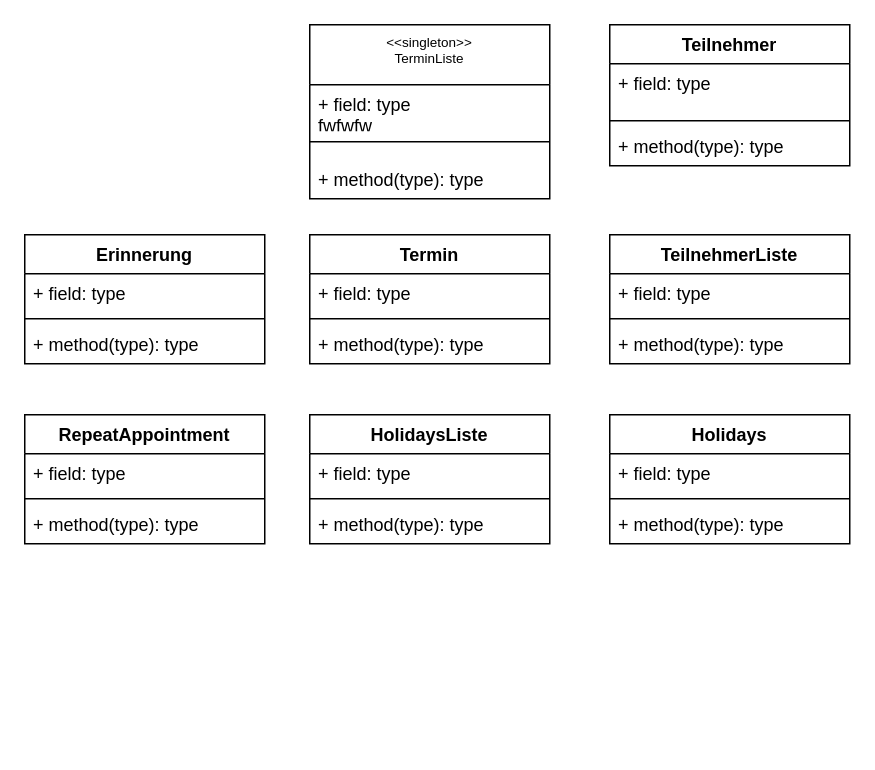
Rock-Lex/TimeWise keeps this draw.io diagram as Diagramme/Entwurfsklassendiagramm.drawio. Above is the earlier version. Source tidied: cells renumbered, new cells numbered last; positions are measured from the earlier drawing's top-left corner, leaving out a move shared by most shapes. Both pictures are drawn from the tidied source at 150%, with x=0, y=0 at pixel (24, 24).
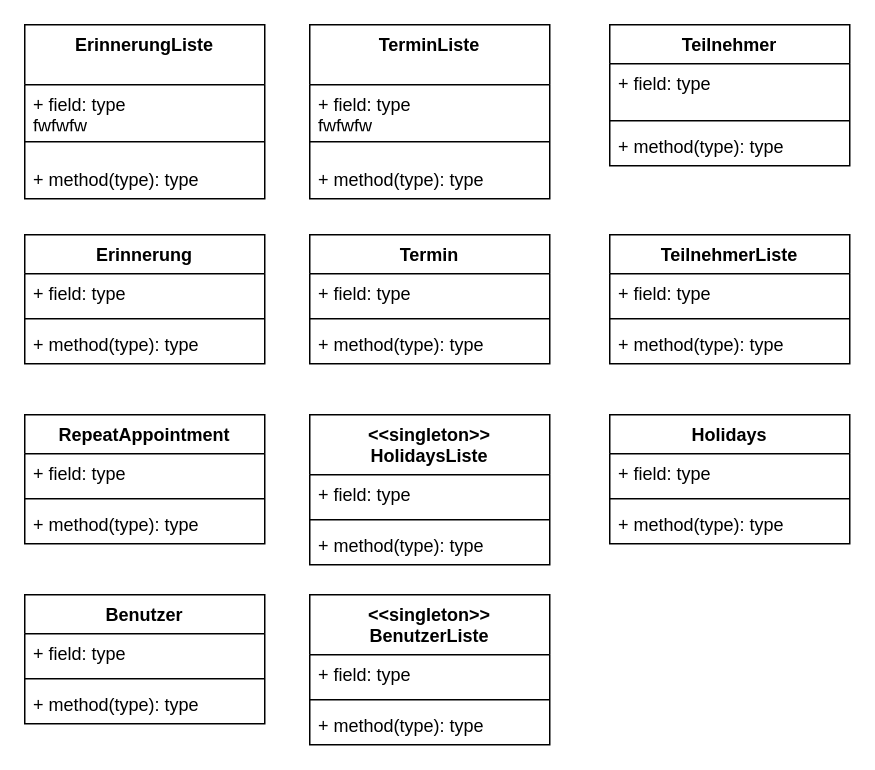
After the change.

Commit message:
Entwurfsklassendiagramm angefangen

What changed in the source:
```diff
@@
-    <mxCell id="10" value="&lt;&lt;singleton&gt;&gt;&#10;TerminListe" style="swimlane;fontStyle=0;align=center;verticalAlign=top;horizontal=1;startSize=40;fontSize=9;" parent="1" vertex="1">
-      <mxGeometry x="190" width="160" height="116" as="geometry" />
-    </mxCell>
-    <mxCell id="11" value="+ field: type&#10;fwfwfw" style="text;strokeColor=none;fillColor=none;align=left;verticalAlign=top;spacingLeft=4;spacingRight=4;overflow=hidden;" parent="10" vertex="1">
-      <mxGeometry y="40" width="160" height="26" as="geometry" />
-    </mxCell>
-    <mxCell id="12" style="line;strokeWidth=1;fillColor=none;align=left;verticalAlign=middle;spacingTop=-1;spacingLeft=3;spacingRight=3;labelPosition=right;strokeColor=inherit;" parent="10" vertex="1">
-      <mxGeometry y="66" width="160" height="24" as="geometry" />
-    </mxCell>
-    <mxCell id="13" value="+ method(type): type" style="text;strokeColor=none;fillColor=none;align=left;verticalAlign=top;spacingLeft=4;spacingRight=4;overflow=hidden;" parent="10" vertex="1">
-      <mxGeometry y="90" width="160" height="26" as="geometry" />
-    </mxCell>
@@
-    <mxCell id="30" value="HolidaysListe" style="swimlane;fontStyle=1;align=center;verticalAlign=top;horizontal=1;startSize=26;" parent="1" vertex="1">
-      <mxGeometry x="190" y="260" width="160" height="86" as="geometry" />
+    <mxCell id="30" value="&lt;&lt;singleton&gt;&gt;&#10;HolidaysListe" style="swimlane;fontStyle=1;align=center;verticalAlign=top;horizontal=1;startSize=40;" parent="1" vertex="1">
+      <mxGeometry x="190" y="260" width="160" height="100" as="geometry" />
     </mxCell>
     <mxCell id="31" value="+ field: type" style="text;strokeColor=none;fillColor=none;align=left;verticalAlign=top;spacingLeft=4;spacingRight=4;overflow=hidden;" parent="30" vertex="1">
-      <mxGeometry y="26" width="160" height="26" as="geometry" />
+      <mxGeometry y="40" width="160" height="26" as="geometry" />
     </mxCell>
     <mxCell id="32" style="line;strokeWidth=1;fillColor=none;align=left;verticalAlign=middle;spacingTop=-1;spacingLeft=3;spacingRight=3;labelPosition=right;strokeColor=inherit;" parent="30" vertex="1">
-      <mxGeometry y="52" width="160" height="8" as="geometry" />
+      <mxGeometry y="66" width="160" height="8" as="geometry" />
     </mxCell>
     <mxCell id="33" value="+ method(type): type" style="text;strokeColor=none;fillColor=none;align=left;verticalAlign=top;spacingLeft=4;spacingRight=4;overflow=hidden;" parent="30" vertex="1">
-      <mxGeometry y="60" width="160" height="26" as="geometry" />
+      <mxGeometry y="74" width="160" height="26" as="geometry" />
     </mxCell>
+    <mxCell id="34" value="TerminListe" style="swimlane;fontStyle=1;align=center;verticalAlign=top;horizontal=1;startSize=40;fontSize=12;" parent="1" vertex="1">
+      <mxGeometry x="190" width="160" height="116" as="geometry" />
+    </mxCell>
+    <mxCell id="35" value="+ field: type&#10;fwfwfw" style="text;strokeColor=none;fillColor=none;align=left;verticalAlign=top;spacingLeft=4;spacingRight=4;overflow=hidden;" parent="34" vertex="1">
+      <mxGeometry y="40" width="160" height="26" as="geometry" />
+    </mxCell>
+    <mxCell id="36" style="line;strokeWidth=1;fillColor=none;align=left;verticalAlign=middle;spacingTop=-1;spacingLeft=3;spacingRight=3;labelPosition=right;strokeColor=inherit;" parent="34" vertex="1">
+      <mxGeometry y="66" width="160" height="24" as="geometry" />
+    </mxCell>
+    <mxCell id="37" value="+ method(type): type" style="text;strokeColor=none;fillColor=none;align=left;verticalAlign=top;spacingLeft=4;spacingRight=4;overflow=hidden;" parent="34" vertex="1">
+      <mxGeometry y="90" width="160" height="26" as="geometry" />
+    </mxCell>
+    <mxCell id="38" value="ErinnerungListe" style="swimlane;fontStyle=1;align=center;verticalAlign=top;horizontal=1;startSize=40;fontSize=12;" parent="1" vertex="1">
+      <mxGeometry width="160" height="116" as="geometry" />
+    </mxCell>
+    <mxCell id="39" value="+ field: type&#10;fwfwfw" style="text;strokeColor=none;fillColor=none;align=left;verticalAlign=top;spacingLeft=4;spacingRight=4;overflow=hidden;" parent="38" vertex="1">
+      <mxGeometry y="40" width="160" height="26" as="geometry" />
+    </mxCell>
+    <mxCell id="40" style="line;strokeWidth=1;fillColor=none;align=left;verticalAlign=middle;spacingTop=-1;spacingLeft=3;spacingRight=3;labelPosition=right;strokeColor=inherit;" parent="38" vertex="1">
+      <mxGeometry y="66" width="160" height="24" as="geometry" />
+    </mxCell>
+    <mxCell id="41" value="+ method(type): type" style="text;strokeColor=none;fillColor=none;align=left;verticalAlign=top;spacingLeft=4;spacingRight=4;overflow=hidden;" parent="38" vertex="1">
+      <mxGeometry y="90" width="160" height="26" as="geometry" />
+    </mxCell>
+    <mxCell id="42" value="Benutzer" style="swimlane;fontStyle=1;align=center;verticalAlign=top;horizontal=1;startSize=26;" parent="1" vertex="1">
+      <mxGeometry y="380" width="160" height="86" as="geometry" />
+    </mxCell>
+    <mxCell id="43" value="+ field: type" style="text;strokeColor=none;fillColor=none;align=left;verticalAlign=top;spacingLeft=4;spacingRight=4;overflow=hidden;" parent="42" vertex="1">
+      <mxGeometry y="26" width="160" height="26" as="geometry" />
+    </mxCell>
+    <mxCell id="44" style="line;strokeWidth=1;fillColor=none;align=left;verticalAlign=middle;spacingTop=-1;spacingLeft=3;spacingRight=3;labelPosition=right;strokeColor=inherit;" parent="42" vertex="1">
+      <mxGeometry y="52" width="160" height="8" as="geometry" />
+    </mxCell>
+    <mxCell id="45" value="+ method(type): type" style="text;strokeColor=none;fillColor=none;align=left;verticalAlign=top;spacingLeft=4;spacingRight=4;overflow=hidden;" parent="42" vertex="1">
+      <mxGeometry y="60" width="160" height="26" as="geometry" />
+    </mxCell>
+    <mxCell id="46" value="&lt;&lt;singleton&gt;&gt;&#10;BenutzerListe" style="swimlane;fontStyle=1;align=center;verticalAlign=top;horizontal=1;startSize=40;" parent="1" vertex="1">
+      <mxGeometry x="190" y="380" width="160" height="100" as="geometry" />
+    </mxCell>
+    <mxCell id="47" value="+ field: type" style="text;strokeColor=none;fillColor=none;align=left;verticalAlign=top;spacingLeft=4;spacingRight=4;overflow=hidden;" parent="46" vertex="1">
+      <mxGeometry y="40" width="160" height="26" as="geometry" />
+    </mxCell>
+    <mxCell id="48" style="line;strokeWidth=1;fillColor=none;align=left;verticalAlign=middle;spacingTop=-1;spacingLeft=3;spacingRight=3;labelPosition=right;strokeColor=inherit;" parent="46" vertex="1">
+      <mxGeometry y="66" width="160" height="8" as="geometry" />
+    </mxCell>
+    <mxCell id="49" value="+ method(type): type" style="text;strokeColor=none;fillColor=none;align=left;verticalAlign=top;spacingLeft=4;spacingRight=4;overflow=hidden;" parent="46" vertex="1">
+      <mxGeometry y="74" width="160" height="26" as="geometry" />
+    </mxCell>
```
